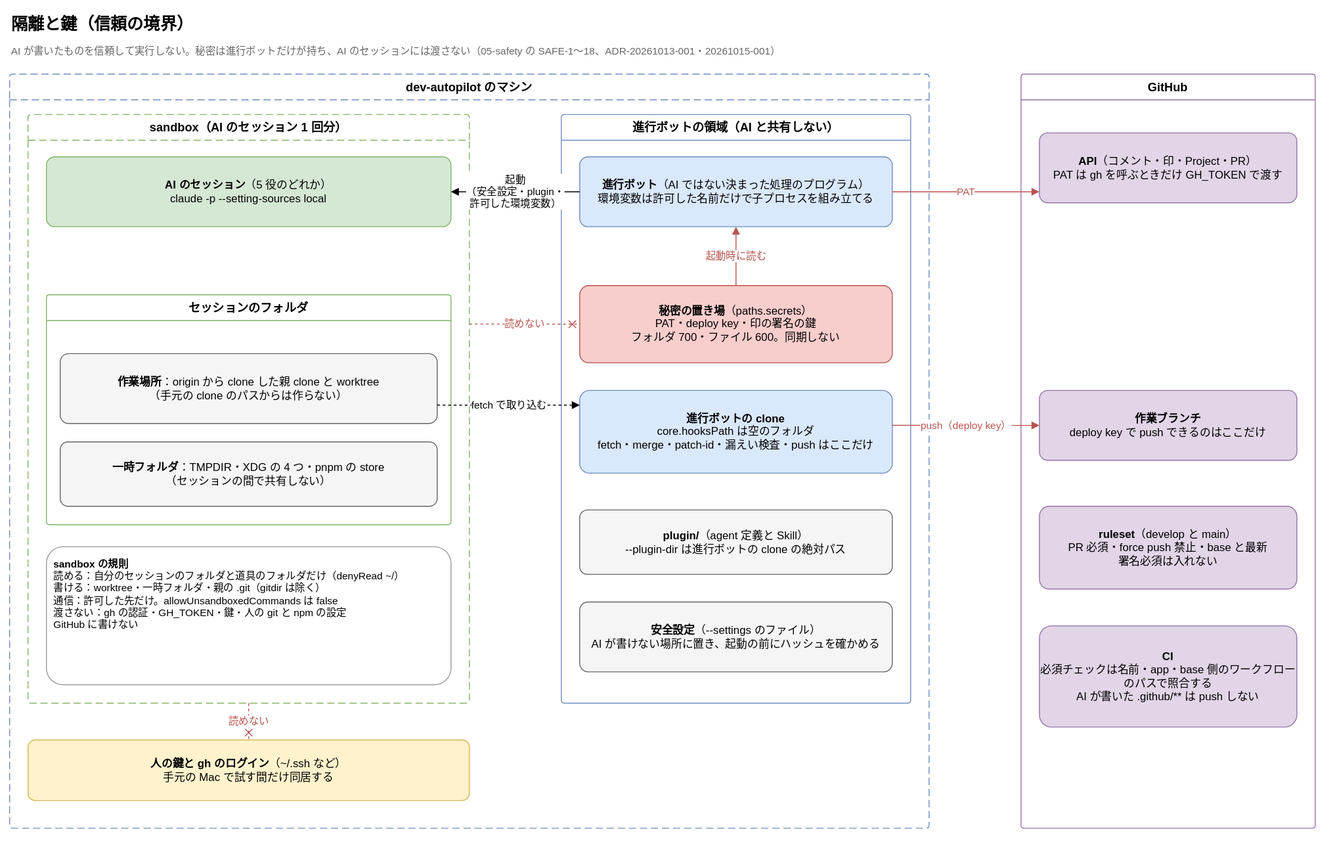
Above: dev-autopilot/docs/diagrams/isolation-and-keys.drawio.svg in Joymerrevent/business-os (draw.io), before the change. Source tidied: cells renumbered, new cells last; positions are measured from the earlier drawing's top-left corner, leaving out a move shared by most shapes.
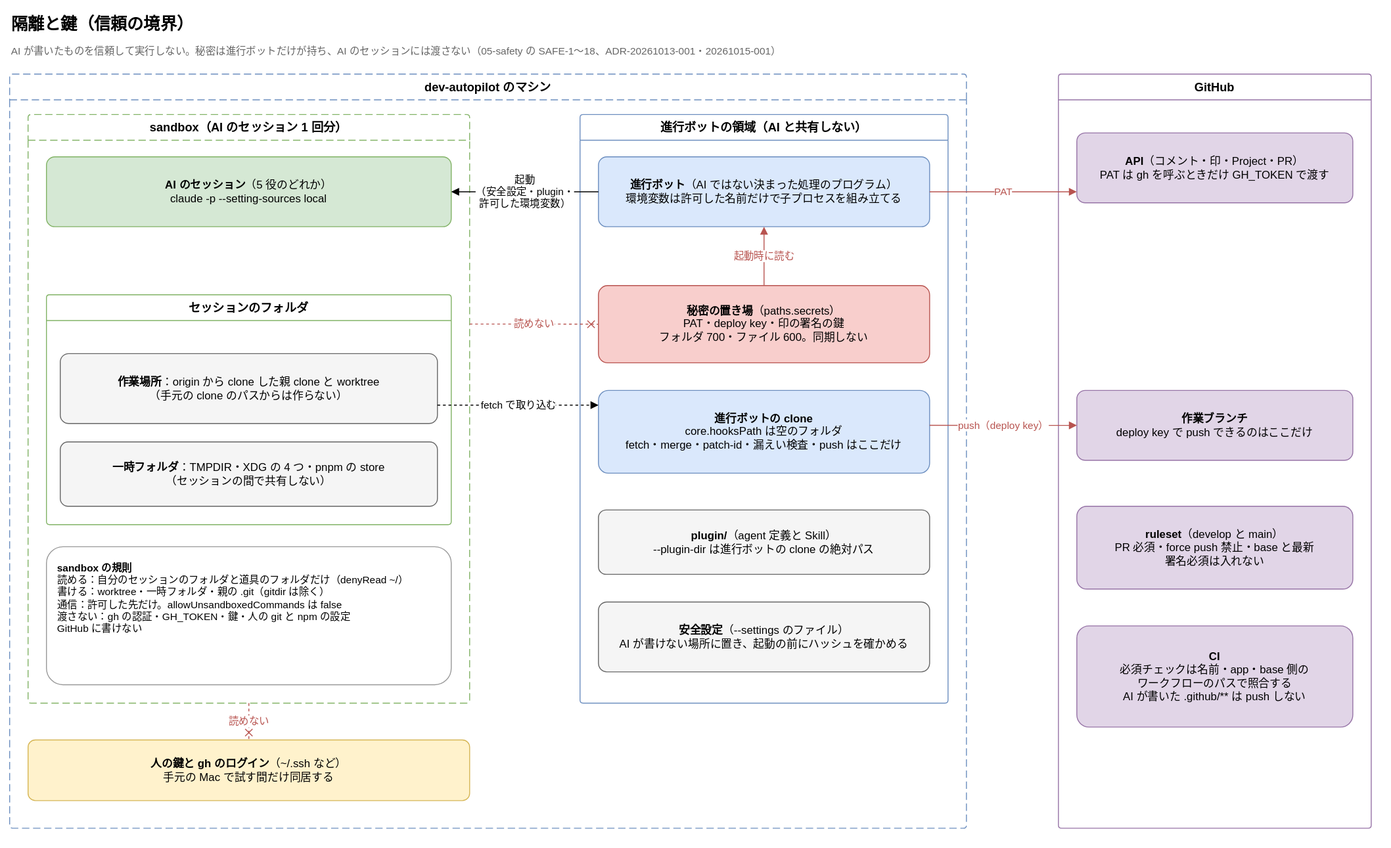
Later version of the same file.

The edit, as a diff of the source:
```diff
@@ -6,64 +6,64 @@
       <mxGeometry width="900" height="32" as="geometry" />
     </mxCell>
     <mxCell id="3" value="AI が書いたものを信頼して実行しない。秘密は進行ボットだけが持ち、AI のセッションには渡さない（05-safety の SAFE-1〜18、ADR-20261013-001・20261015-001）" style="text;html=1;whiteSpace=wrap;align=left;verticalAlign=top;fontSize=11;fontColor=#666666;" parent="1" vertex="1">
-      <mxGeometry y="32" width="1420" height="22" as="geometry" />
+      <mxGeometry y="32" width="1480" height="22" as="geometry" />
     </mxCell>
     <mxCell id="4" value="dev-autopilot のマシン" style="swimlane;startSize=28;html=1;whiteSpace=wrap;rounded=1;arcSize=4;dashed=1;dashPattern=8 4;fontStyle=1;fontSize=13;strokeColor=#6c8ebf;fillColor=none;swimlaneFillColor=none;" parent="1" vertex="1">
-      <mxGeometry y="70" width="1000" height="820" as="geometry" />
+      <mxGeometry y="70" width="1040" height="820" as="geometry" />
     </mxCell>
     <mxCell id="5" value="sandbox（AI のセッション 1 回分）" style="swimlane;startSize=28;html=1;whiteSpace=wrap;rounded=1;arcSize=4;dashed=1;dashPattern=8 4;fontStyle=1;fontSize=13;strokeColor=#82b366;fillColor=none;swimlaneFillColor=none;" parent="4" vertex="1">
       <mxGeometry x="20" y="44" width="480" height="640" as="geometry" />
     </mxCell>
-    <mxCell id="6" value="&lt;b&gt;AI のセッション&lt;/b&gt;（5 役のどれか）&lt;br&gt;claude -p --setting-sources local" style="rounded=1;whiteSpace=wrap;html=1;fontSize=12;arcSize=12;fillColor=#d5e8d4;strokeColor=#82b366;" parent="5" vertex="1">
+    <mxCell id="6" value="&lt;b&gt;AI のセッション&lt;/b&gt;（5 役のどれか）&lt;br&gt;claude -p --setting-sources local" style="rounded=1;whiteSpace=wrap;html=1;fontSize=12;arcSize=12;fillColor=#d5e8d4;strokeColor=#82b366;spacing=12;" parent="5" vertex="1">
       <mxGeometry x="20" y="46" width="440" height="76" as="geometry" />
     </mxCell>
     <mxCell id="7" value="セッションのフォルダ" style="swimlane;startSize=28;html=1;whiteSpace=wrap;rounded=1;arcSize=4;fontStyle=1;fontSize=13;strokeColor=#82b366;fillColor=none;swimlaneFillColor=none;" parent="5" vertex="1">
       <mxGeometry x="20" y="196" width="440" height="250" as="geometry" />
     </mxCell>
-    <mxCell id="8" value="&lt;b&gt;作業場所&lt;/b&gt;：origin から clone した親 clone と worktree&lt;br&gt;（手元の clone のパスからは作らない）" style="rounded=1;whiteSpace=wrap;html=1;fontSize=12;arcSize=12;fillColor=#f5f5f5;strokeColor=#666666;" parent="7" vertex="1">
+    <mxCell id="8" value="&lt;b&gt;作業場所&lt;/b&gt;：origin から clone した親 clone と worktree&lt;br&gt;（手元の clone のパスからは作らない）" style="rounded=1;whiteSpace=wrap;html=1;fontSize=12;arcSize=12;fillColor=#f5f5f5;strokeColor=#666666;spacing=12;" parent="7" vertex="1">
       <mxGeometry x="15" y="64" width="410" height="76" as="geometry" />
     </mxCell>
-    <mxCell id="9" value="&lt;b&gt;一時フォルダ&lt;/b&gt;：TMPDIR・XDG の 4 つ・pnpm の store&lt;br&gt;（セッションの間で共有しない）" style="rounded=1;whiteSpace=wrap;html=1;fontSize=12;arcSize=12;fillColor=#f5f5f5;strokeColor=#666666;" parent="7" vertex="1">
+    <mxCell id="9" value="&lt;b&gt;一時フォルダ&lt;/b&gt;：TMPDIR・XDG の 4 つ・pnpm の store&lt;br&gt;（セッションの間で共有しない）" style="rounded=1;whiteSpace=wrap;html=1;fontSize=12;arcSize=12;fillColor=#f5f5f5;strokeColor=#666666;spacing=12;" parent="7" vertex="1">
       <mxGeometry x="15" y="160" width="410" height="70" as="geometry" />
     </mxCell>
-    <mxCell id="10" value="&lt;b&gt;sandbox の規則&lt;/b&gt;&lt;br&gt;読める：自分のセッションのフォルダと道具のフォルダだけ（denyRead ~/）&lt;br&gt;書ける：worktree・一時フォルダ・親の .git（gitdir は除く）&lt;br&gt;通信：許可した先だけ。allowUnsandboxedCommands は false&lt;br&gt;渡さない：gh の認証・GH_TOKEN・鍵・人の git と npm の設定&lt;br&gt;GitHub に書けない" style="rounded=1;whiteSpace=wrap;html=1;fontSize=12;arcSize=12;align=left;verticalAlign=top;fontSize=11;spacing=8;fillColor=#ffffff;strokeColor=#999999;" parent="5" vertex="1">
+    <mxCell id="10" value="&lt;b&gt;sandbox の規則&lt;/b&gt;&lt;br&gt;読める：自分のセッションのフォルダと道具のフォルダだけ（denyRead ~/）&lt;br&gt;書ける：worktree・一時フォルダ・親の .git（gitdir は除く）&lt;br&gt;通信：許可した先だけ。allowUnsandboxedCommands は false&lt;br&gt;渡さない：gh の認証・GH_TOKEN・鍵・人の git と npm の設定&lt;br&gt;GitHub に書けない" style="rounded=1;whiteSpace=wrap;html=1;fontSize=12;arcSize=12;align=left;verticalAlign=top;fontSize=11;fillColor=#ffffff;strokeColor=#999999;spacing=12;" parent="5" vertex="1">
       <mxGeometry x="20" y="470" width="440" height="150" as="geometry" />
     </mxCell>
     <mxCell id="11" value="進行ボットの領域（AI と共有しない）" style="swimlane;startSize=28;html=1;whiteSpace=wrap;rounded=1;arcSize=4;fontStyle=1;fontSize=13;strokeColor=#6c8ebf;fillColor=none;swimlaneFillColor=none;" parent="4" vertex="1">
-      <mxGeometry x="600" y="44" width="380" height="640" as="geometry" />
+      <mxGeometry x="620" y="44" width="400" height="640" as="geometry" />
     </mxCell>
-    <mxCell id="12" value="&lt;b&gt;進行ボット&lt;/b&gt;（AI ではない決まった処理のプログラム）&lt;br&gt;環境変数は許可した名前だけで子プロセスを組み立てる" style="rounded=1;whiteSpace=wrap;html=1;fontSize=12;arcSize=12;fillColor=#dae8fc;strokeColor=#6c8ebf;" parent="11" vertex="1">
-      <mxGeometry x="20" y="46" width="340" height="76" as="geometry" />
+    <mxCell id="12" value="&lt;b&gt;進行ボット&lt;/b&gt;（AI ではない決まった処理のプログラム）&lt;br&gt;環境変数は許可した名前だけで子プロセスを組み立てる" style="rounded=1;whiteSpace=wrap;html=1;fontSize=12;arcSize=12;fillColor=#dae8fc;strokeColor=#6c8ebf;spacing=12;" parent="11" vertex="1">
+      <mxGeometry x="20" y="46" width="360" height="76" as="geometry" />
     </mxCell>
-    <mxCell id="13" value="&lt;b&gt;秘密の置き場&lt;/b&gt;（paths.secrets）&lt;br&gt;PAT・deploy key・印の署名の鍵&lt;br&gt;フォルダ 700・ファイル 600。同期しない" style="rounded=1;whiteSpace=wrap;html=1;fontSize=12;arcSize=12;fillColor=#f8cecc;strokeColor=#b85450;" parent="11" vertex="1">
-      <mxGeometry x="20" y="186" width="340" height="84" as="geometry" />
+    <mxCell id="13" value="&lt;b&gt;秘密の置き場&lt;/b&gt;（paths.secrets）&lt;br&gt;PAT・deploy key・印の署名の鍵&lt;br&gt;フォルダ 700・ファイル 600。同期しない" style="rounded=1;whiteSpace=wrap;html=1;fontSize=12;arcSize=12;fillColor=#f8cecc;strokeColor=#b85450;spacing=12;" parent="11" vertex="1">
+      <mxGeometry x="20" y="186" width="360" height="84" as="geometry" />
     </mxCell>
-    <mxCell id="14" value="&lt;b&gt;進行ボットの clone&lt;/b&gt;&lt;br&gt;core.hooksPath は空のフォルダ&lt;br&gt;fetch・merge・patch-id・漏えい検査・push はここだけ" style="rounded=1;whiteSpace=wrap;html=1;fontSize=12;arcSize=12;fillColor=#dae8fc;strokeColor=#6c8ebf;" parent="11" vertex="1">
-      <mxGeometry x="20" y="300" width="340" height="90" as="geometry" />
+    <mxCell id="14" value="&lt;b&gt;進行ボットの clone&lt;/b&gt;&lt;br&gt;core.hooksPath は空のフォルダ&lt;br&gt;fetch・merge・patch-id・漏えい検査・push はここだけ" style="rounded=1;whiteSpace=wrap;html=1;fontSize=12;arcSize=12;fillColor=#dae8fc;strokeColor=#6c8ebf;spacing=12;" parent="11" vertex="1">
+      <mxGeometry x="20" y="300" width="360" height="90" as="geometry" />
     </mxCell>
-    <mxCell id="15" value="&lt;b&gt;plugin/&lt;/b&gt;（agent 定義と Skill）&lt;br&gt;--plugin-dir は進行ボットの clone の絶対パス" style="rounded=1;whiteSpace=wrap;html=1;fontSize=12;arcSize=12;fillColor=#f5f5f5;strokeColor=#666666;" parent="11" vertex="1">
-      <mxGeometry x="20" y="430" width="340" height="70" as="geometry" />
+    <mxCell id="15" value="&lt;b&gt;plugin/&lt;/b&gt;（agent 定義と Skill）&lt;br&gt;--plugin-dir は進行ボットの clone の絶対パス" style="rounded=1;whiteSpace=wrap;html=1;fontSize=12;arcSize=12;fillColor=#f5f5f5;strokeColor=#666666;spacing=12;" parent="11" vertex="1">
+      <mxGeometry x="20" y="430" width="360" height="70" as="geometry" />
     </mxCell>
-    <mxCell id="16" value="&lt;b&gt;安全設定&lt;/b&gt;（--settings のファイル）&lt;br&gt;AI が書けない場所に置き、起動の前にハッシュを確かめる" style="rounded=1;whiteSpace=wrap;html=1;fontSize=12;arcSize=12;fillColor=#f5f5f5;strokeColor=#666666;" parent="11" vertex="1">
-      <mxGeometry x="20" y="530" width="340" height="76" as="geometry" />
+    <mxCell id="16" value="&lt;b&gt;安全設定&lt;/b&gt;（--settings のファイル）&lt;br&gt;AI が書けない場所に置き、起動の前にハッシュを確かめる" style="rounded=1;whiteSpace=wrap;html=1;fontSize=12;arcSize=12;fillColor=#f5f5f5;strokeColor=#666666;spacing=12;" parent="11" vertex="1">
+      <mxGeometry x="20" y="530" width="360" height="76" as="geometry" />
     </mxCell>
-    <mxCell id="17" value="&lt;b&gt;人の鍵と gh のログイン&lt;/b&gt;（~/.ssh など）&lt;br&gt;手元の Mac で試す間だけ同居する" style="rounded=1;whiteSpace=wrap;html=1;fontSize=12;arcSize=12;fillColor=#fff2cc;strokeColor=#d6b656;" parent="4" vertex="1">
+    <mxCell id="17" value="&lt;b&gt;人の鍵と gh のログイン&lt;/b&gt;（~/.ssh など）&lt;br&gt;手元の Mac で試す間だけ同居する" style="rounded=1;whiteSpace=wrap;html=1;fontSize=12;arcSize=12;fillColor=#fff2cc;strokeColor=#d6b656;spacing=12;" parent="4" vertex="1">
       <mxGeometry x="20" y="724" width="480" height="66" as="geometry" />
     </mxCell>
     <mxCell id="18" value="GitHub" style="swimlane;startSize=28;html=1;whiteSpace=wrap;rounded=1;arcSize=4;fontStyle=1;fontSize=13;strokeColor=#9673a6;fillColor=none;swimlaneFillColor=none;" parent="1" vertex="1">
-      <mxGeometry x="1100" y="70" width="320" height="820" as="geometry" />
+      <mxGeometry x="1140" y="70" width="340" height="820" as="geometry" />
     </mxCell>
-    <mxCell id="19" value="&lt;b&gt;API&lt;/b&gt;（コメント・印・Project・PR）&lt;br&gt;PAT は gh を呼ぶときだけ GH_TOKEN で渡す" style="rounded=1;whiteSpace=wrap;html=1;fontSize=12;arcSize=12;fillColor=#e1d5e7;strokeColor=#9673a6;" parent="18" vertex="1">
-      <mxGeometry x="20" y="64" width="280" height="76" as="geometry" />
+    <mxCell id="19" value="&lt;b&gt;API&lt;/b&gt;（コメント・印・Project・PR）&lt;br&gt;PAT は gh を呼ぶときだけ GH_TOKEN で渡す" style="rounded=1;whiteSpace=wrap;html=1;fontSize=12;arcSize=12;fillColor=#e1d5e7;strokeColor=#9673a6;spacing=12;" parent="18" vertex="1">
+      <mxGeometry x="20" y="64" width="300" height="76" as="geometry" />
     </mxCell>
-    <mxCell id="20" value="&lt;b&gt;作業ブランチ&lt;/b&gt;&lt;br&gt;deploy key で push できるのはここだけ" style="rounded=1;whiteSpace=wrap;html=1;fontSize=12;arcSize=12;fillColor=#e1d5e7;strokeColor=#9673a6;" parent="18" vertex="1">
-      <mxGeometry x="20" y="344" width="280" height="76" as="geometry" />
+    <mxCell id="20" value="&lt;b&gt;作業ブランチ&lt;/b&gt;&lt;br&gt;deploy key で push できるのはここだけ" style="rounded=1;whiteSpace=wrap;html=1;fontSize=12;arcSize=12;fillColor=#e1d5e7;strokeColor=#9673a6;spacing=12;" parent="18" vertex="1">
+      <mxGeometry x="20" y="344" width="300" height="76" as="geometry" />
     </mxCell>
-    <mxCell id="21" value="&lt;b&gt;ruleset&lt;/b&gt;（develop と main）&lt;br&gt;PR 必須・force push 禁止・base と最新&lt;br&gt;署名必須は入れない" style="rounded=1;whiteSpace=wrap;html=1;fontSize=12;arcSize=12;fillColor=#e1d5e7;strokeColor=#9673a6;" parent="18" vertex="1">
-      <mxGeometry x="20" y="470" width="280" height="90" as="geometry" />
+    <mxCell id="21" value="&lt;b&gt;ruleset&lt;/b&gt;（develop と main）&lt;br&gt;PR 必須・force push 禁止・base と最新&lt;br&gt;署名必須は入れない" style="rounded=1;whiteSpace=wrap;html=1;fontSize=12;arcSize=12;fillColor=#e1d5e7;strokeColor=#9673a6;spacing=12;" parent="18" vertex="1">
+      <mxGeometry x="20" y="470" width="300" height="90" as="geometry" />
     </mxCell>
-    <mxCell id="22" value="&lt;b&gt;CI&lt;/b&gt;&lt;br&gt;必須チェックは名前・app・base 側のワークフローのパスで照合する&lt;br&gt;AI が書いた .github/** は push しない" style="rounded=1;whiteSpace=wrap;html=1;fontSize=12;arcSize=12;fillColor=#e1d5e7;strokeColor=#9673a6;" parent="18" vertex="1">
-      <mxGeometry x="20" y="600" width="280" height="110" as="geometry" />
+    <mxCell id="22" value="&lt;b&gt;CI&lt;/b&gt;&lt;br&gt;必須チェックは名前・app・base 側の&lt;br&gt;ワークフローのパスで照合する&lt;br&gt;AI が書いた .github/** は push しない" style="rounded=1;whiteSpace=wrap;html=1;fontSize=12;arcSize=12;fillColor=#e1d5e7;strokeColor=#9673a6;spacing=12;" parent="18" vertex="1">
+      <mxGeometry x="20" y="600" width="300" height="110" as="geometry" />
     </mxCell>
     <mxCell id="23" value="起動時に読む" style="edgeStyle=orthogonalEdgeStyle;rounded=1;html=1;endArrow=block;endFill=1;fontSize=11;labelBackgroundColor=#ffffff;strokeColor=#b85450;fontColor=#b85450;exitX=0.5;exitY=0;exitDx=0;exitDy=0;entryX=0.5;entryY=1;entryDx=0;entryDy=0;" parent="1" edge="1" source="13" target="12">
       <mxGeometry relative="1" as="geometry" />
```
